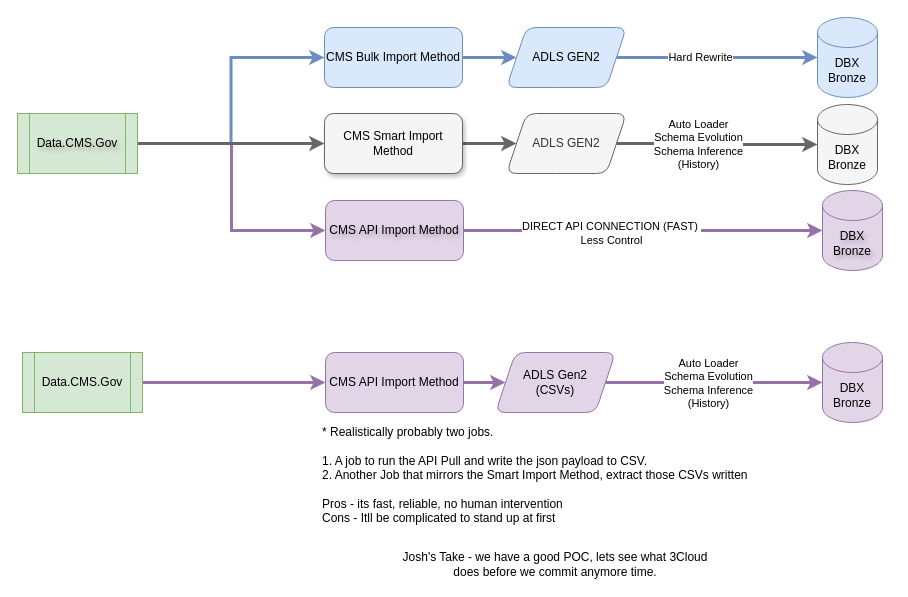
Before: page "Dbx concept" (2 of 2) of draw.io/Deaconess.drawio in jadkinsgr/DesignResources, a draw.io diagram. Source tidied: cells renumbered, new cells numbered last; positions are measured from the earlier drawing's top-left corner, leaving out a move shared by most shapes. Both pictures are drawn from the tidied source at 100%, with x=0, y=0 at pixel (17, 17).
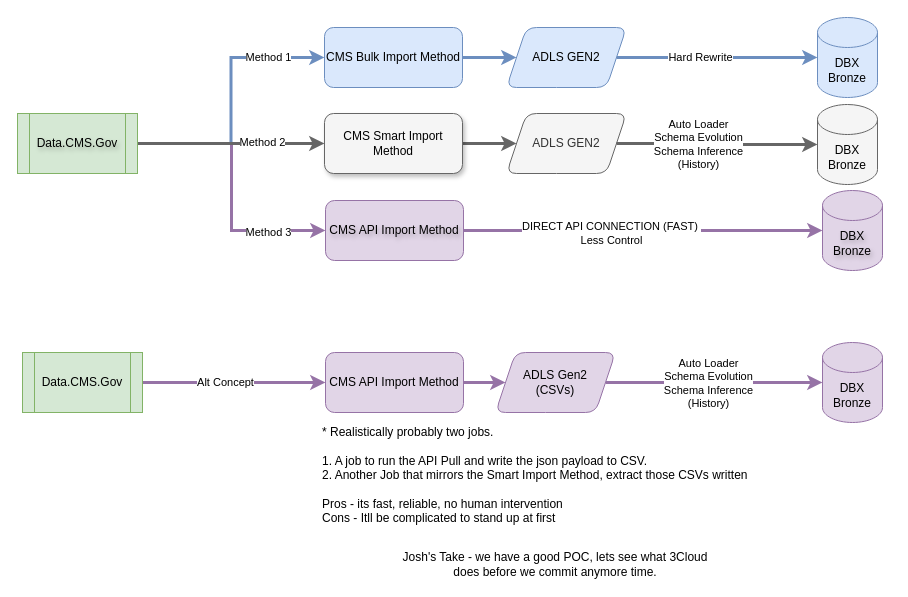
Above is the later version.

Unchanged cells that the change refers to:
```xml
<mxCell id="2" style="edgeStyle=orthogonalEdgeStyle;rounded=0;jettySize=auto;html=1;entryX=0;entryY=0.5;entryDx=0;entryDy=0;strokeWidth=3;flowAnimation=1;fillColor=#e1d5e7;strokeColor=#9673a6;textShadow=1;" parent="1" edge="1" source="5" target="10">
  <mxGeometry relative="1" as="geometry" />
</mxCell>
<mxCell id="3" style="edgeStyle=orthogonalEdgeStyle;rounded=0;jettySize=auto;html=1;entryX=0;entryY=0.5;entryDx=0;entryDy=0;strokeWidth=3;flowAnimation=1;fillColor=#dae8fc;strokeColor=#6c8ebf;textShadow=1;" parent="1" edge="1" source="5" target="7">
  <mxGeometry relative="1" as="geometry" />
</mxCell>
<mxCell id="4" style="edgeStyle=orthogonalEdgeStyle;rounded=0;jettySize=auto;html=1;entryX=0;entryY=0.5;entryDx=0;entryDy=0;strokeWidth=3;flowAnimation=1;fillColor=#f5f5f5;strokeColor=#666666;textShadow=1;" parent="1" edge="1" source="5" target="9">
  <mxGeometry relative="1" as="geometry" />
</mxCell>
<mxCell id="25" style="edgeStyle=orthogonalEdgeStyle;rounded=0;jettySize=auto;html=1;strokeWidth=3;flowAnimation=1;fillColor=#e1d5e7;strokeColor=#9673a6;" parent="1" edge="1" source="26" target="23">
  <mxGeometry relative="1" as="geometry" />
</mxCell>
```

Diff of the diagram source:
```diff
@@
+    <mxCell id="32" value="Method 3" style="edgeLabel;html=1;align=center;verticalAlign=middle;" parent="2" vertex="1">
+      <mxGeometry x="0.58" y="-1" relative="1" as="geometry" />
+    </mxCell>
@@
+    <mxCell id="33" value="Method 1" style="edgeLabel;html=1;align=center;verticalAlign=middle;" parent="3" vertex="1">
+      <mxGeometry x="0.58" y="1" relative="1" as="geometry" />
+    </mxCell>
@@
+    <mxCell id="34" value="Method 2" style="edgeLabel;html=1;align=center;verticalAlign=middle;" parent="4" vertex="1">
+      <mxGeometry x="0.33" y="2" relative="1" as="geometry" />
+    </mxCell>
@@
+    <mxCell id="35" value="Alt Concept" style="edgeLabel;html=1;align=center;verticalAlign=middle;" parent="25" vertex="1">
+      <mxGeometry x="-0.1" y="1" relative="1" as="geometry" />
+    </mxCell>
```
